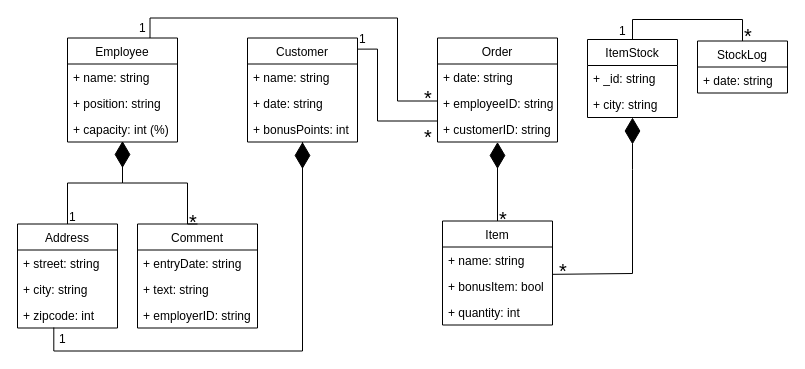
Before: NoSQL_UML_Diagram.drawio in capperstrnd/DA352A_Project, a draw.io diagram. Source tidied: cells renumbered, new cells numbered last; positions are measured from the earlier drawing's top-left corner, leaving out a move shared by most shapes. Both pictures are drawn from the tidied source at 100%, with x=0, y=0 at pixel (17, 17).
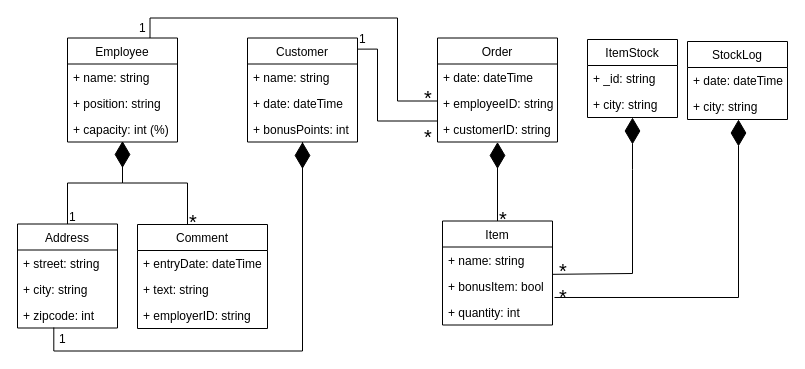
The same page after the edit.

Unchanged cells that the change refers to:
```xml
<mxCell id="9" value="Customer" style="swimlane;fontStyle=0;horizontal=1;startSize=26;fillColor=none;" parent="1" vertex="1">
  <mxGeometry x="230" y="20.5" width="110" height="104" as="geometry" />
</mxCell>
<mxCell id="15" value="Order" style="swimlane;fontStyle=0;horizontal=1;startSize=26;fillColor=none;" parent="1" vertex="1">
  <mxGeometry x="420" y="20.5" width="120" height="104" as="geometry" />
</mxCell>
<mxCell id="21" value="+ bonusItem: bool" style="text;strokeColor=none;fillColor=none;align=left;verticalAlign=top;spacingLeft=4;spacingRight=4;overflow=hidden;points=[[0,0.5],[1,0.5]];portConstraint=eastwest;" parent="19" vertex="1">
  <mxGeometry y="52" width="110" height="26" as="geometry" />
</mxCell>
<mxCell id="37" value="ItemStock" style="swimlane;fontStyle=0;horizontal=1;startSize=26;fillColor=none;" parent="1" vertex="1">
  <mxGeometry x="570" y="22" width="90" height="78" as="geometry" />
</mxCell>
```

What changed in the source:
```diff
@@
-    <mxCell id="11" value="+ date: string" style="text;strokeColor=none;fillColor=none;align=left;verticalAlign=top;spacingLeft=4;spacingRight=4;overflow=hidden;" parent="9" vertex="1">
+    <mxCell id="11" value="+ date: dateTime" style="text;strokeColor=none;fillColor=none;align=left;verticalAlign=top;spacingLeft=4;spacingRight=4;overflow=hidden;" parent="9" vertex="1">
       <mxGeometry y="52" width="110" height="26" as="geometry" />
     </mxCell>
@@
-    <mxCell id="16" value="+ date: string" style="text;strokeColor=none;fillColor=none;align=left;verticalAlign=top;spacingLeft=4;spacingRight=4;overflow=hidden;" parent="15" vertex="1">
+    <mxCell id="16" value="+ date: dateTime" style="text;strokeColor=none;fillColor=none;align=left;verticalAlign=top;spacingLeft=4;spacingRight=4;overflow=hidden;" parent="15" vertex="1">
       <mxGeometry y="26" width="120" height="26" as="geometry" />
     </mxCell>
@@
     <mxCell id="23" value="Comment" style="swimlane;fontStyle=0;horizontal=1;startSize=26;fillColor=none;" parent="1" vertex="1">
-      <mxGeometry x="120" y="206.5" width="120" height="104" as="geometry" />
+      <mxGeometry x="120" y="207" width="130" height="104" as="geometry" />
     </mxCell>
-    <mxCell id="24" value="+ entryDate: string" style="text;strokeColor=none;fillColor=none;align=left;verticalAlign=top;spacingLeft=4;spacingRight=4;overflow=hidden;" parent="23" vertex="1">
-      <mxGeometry y="26" width="120" height="26" as="geometry" />
+    <mxCell id="24" value="+ entryDate: dateTime" style="text;strokeColor=none;fillColor=none;align=left;verticalAlign=top;spacingLeft=4;spacingRight=4;overflow=hidden;" parent="23" vertex="1">
+      <mxGeometry y="26" width="130" height="26" as="geometry" />
     </mxCell>
     <mxCell id="25" value="+ text: string" style="text;strokeColor=none;fillColor=none;align=left;verticalAlign=top;spacingLeft=4;spacingRight=4;overflow=hidden;" parent="23" vertex="1">
-      <mxGeometry y="52" width="120" height="26" as="geometry" />
+      <mxGeometry y="52" width="130" height="26" as="geometry" />
     </mxCell>
     <mxCell id="26" value="+ employerID: string" style="text;strokeColor=none;fillColor=none;align=left;verticalAlign=top;spacingLeft=4;spacingRight=4;overflow=hidden;" parent="23" vertex="1">
-      <mxGeometry y="78" width="120" height="26" as="geometry" />
+      <mxGeometry y="78" width="130" height="26" as="geometry" />
     </mxCell>
@@
     <mxCell id="34" value="StockLog" style="swimlane;fontStyle=0;horizontal=1;startSize=26;fillColor=none;" parent="1" vertex="1">
-      <mxGeometry x="680" y="23.5" width="90" height="52" as="geometry" />
+      <mxGeometry x="670" y="24" width="100" height="78" as="geometry" />
     </mxCell>
-    <mxCell id="35" value="+ date: string" style="text;strokeColor=none;fillColor=none;align=left;verticalAlign=top;spacingLeft=4;spacingRight=4;overflow=hidden;" parent="34" vertex="1">
-      <mxGeometry y="26" width="90" height="26" as="geometry" />
+    <mxCell id="35" value="+ date: dateTime" style="text;strokeColor=none;fillColor=none;align=left;verticalAlign=top;spacingLeft=4;spacingRight=4;overflow=hidden;" parent="34" vertex="1">
+      <mxGeometry y="26" width="100" height="26" as="geometry" />
     </mxCell>
-    <mxCell id="36" style="edgeStyle=orthogonalEdgeStyle;rounded=0;jumpStyle=none;jettySize=auto;html=1;endArrow=none;endFill=0;strokeColor=#000000;entryX=0.5;entryY=0;entryDx=0;entryDy=0;" parent="1" edge="1" source="37" target="34">
-      <mxGeometry relative="1" as="geometry">
-        <Array as="points">
-          <mxPoint x="615" y="2" />
-          <mxPoint x="725" y="2" />
-        </Array>
-      </mxGeometry>
-    </mxCell>
+    <mxCell id="52" value="+ city: string" style="text;strokeColor=none;fillColor=none;align=left;verticalAlign=top;spacingLeft=4;spacingRight=4;overflow=hidden;" parent="34" vertex="1">
+      <mxGeometry y="52" width="100" height="26" as="geometry" />
+    </mxCell>
@@
-    <mxCell id="50" value="&lt;div align=&quot;justify&quot;&gt;1&lt;/div&gt;" style="text;html=1;align=left;verticalAlign=top;spacingTop=-4;" parent="1" vertex="1">
-      <mxGeometry x="600" y="3.5" width="20" height="20" as="geometry" />
-    </mxCell>
     <mxCell id="51" value="&lt;font style=&quot;font-size: 20px&quot;&gt;*&lt;/font&gt;" style="text;html=1;align=left;verticalAlign=top;spacingTop=-4;" parent="1" vertex="1">
-      <mxGeometry x="725" y="3.5" width="20" height="20" as="geometry" />
+      <mxGeometry x="540" y="264.5" width="20" height="20" as="geometry" />
     </mxCell>
+    <mxCell id="53" style="endArrow=diamondThin;endFill=1;endSize=24;html=1;rounded=0;exitX=1.018;exitY=0.942;exitDx=0;exitDy=0;exitPerimeter=0;" parent="1" edge="1" source="21">
+      <mxGeometry relative="1" as="geometry">
+        <mxPoint x="721" y="102" as="targetPoint" />
+        <Array as="points">
+          <mxPoint x="721" y="280" />
+        </Array>
+      </mxGeometry>
+    </mxCell>
```
